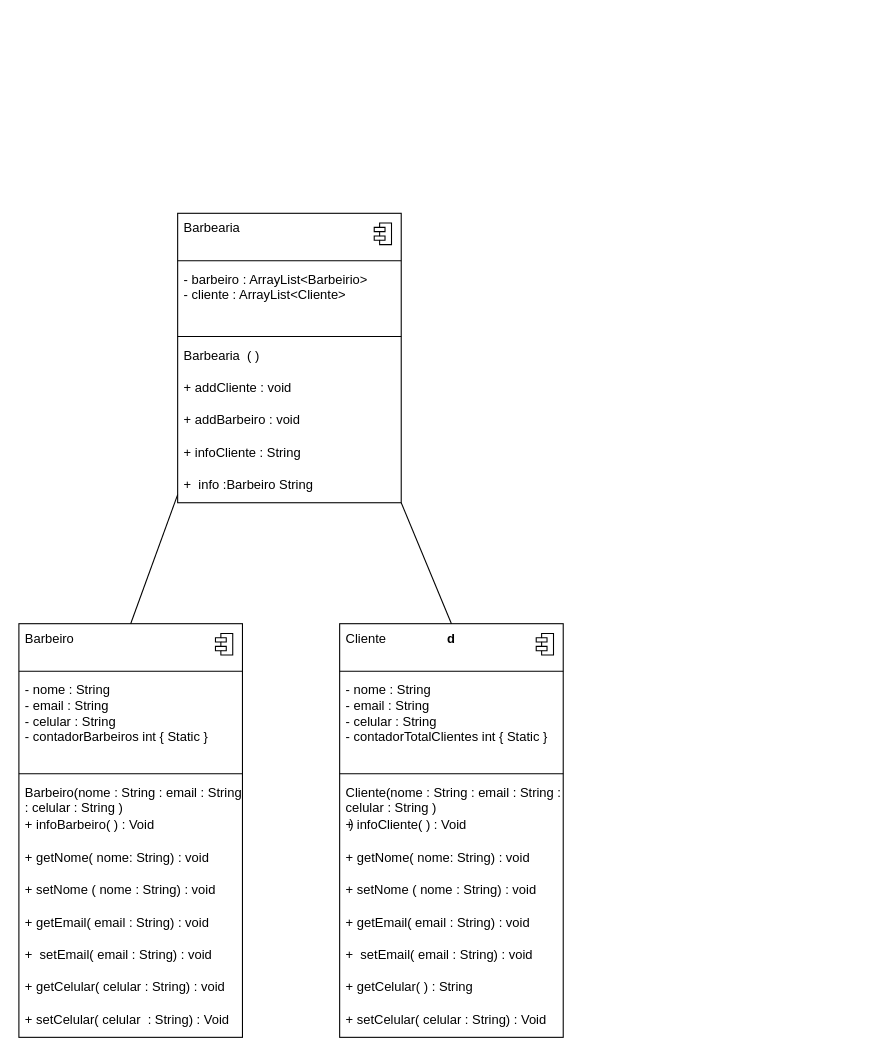
This is docs/uml/Diagrama uml Beckand Barbearia.drawio from Jonataspaesdev/sistema-barbearia-java, a draw.io file, before an edit. Source tidied: cells renumbered, new cells numbered last; positions are measured from the earlier drawing's top-left corner, leaving out a move shared by most shapes. Both pictures are drawn from the tidied source at 108%, with x=0, y=0 at pixel (18, 213).
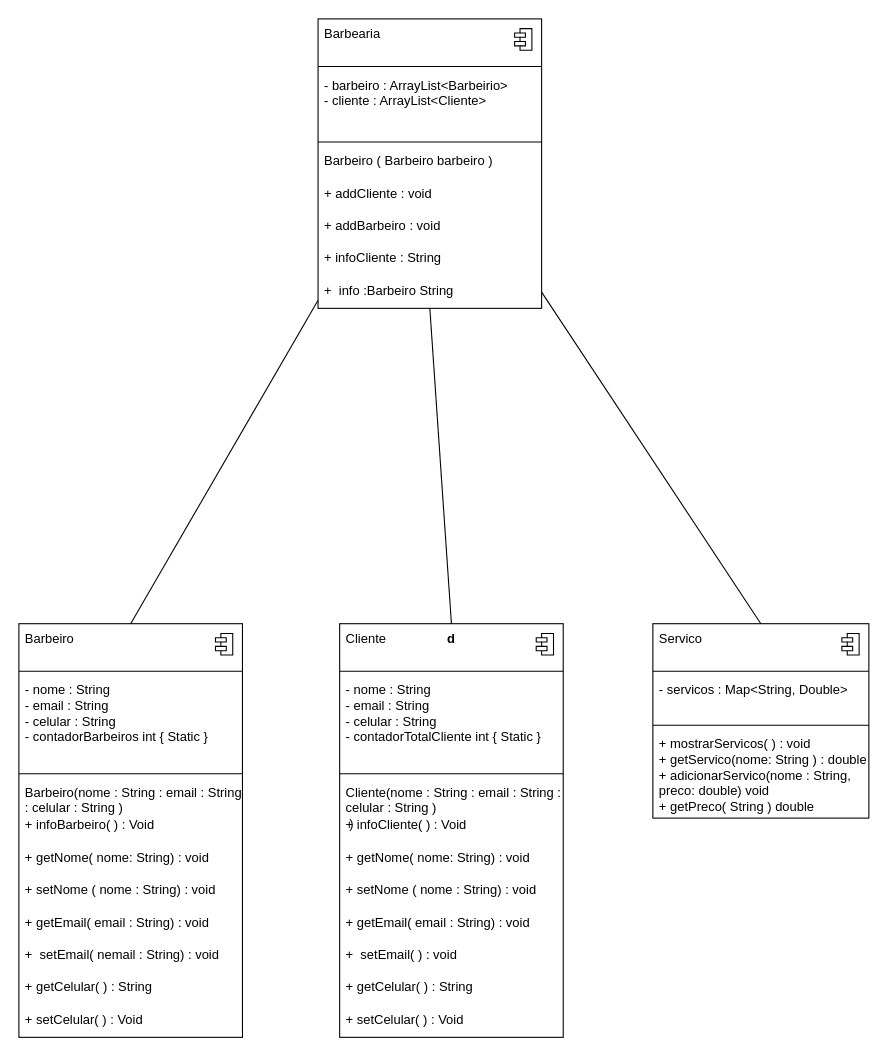
After the change.

Commit message (it also covers changes not shown here):
Incluindo classe Servico

The change refers to these unchanged cells:
```xml
<mxCell id="2" style="fontStyle=1;align=center;verticalAlign=top;horizontal=1;" parent="1" vertex="1">
  <mxGeometry y="380" width="207" height="383" as="geometry" />
</mxCell>
<mxCell id="16" value="d" style="fontStyle=1;align=center;verticalAlign=top;horizontal=1;" parent="1" vertex="1">
  <mxGeometry x="297" y="380" width="207" height="383" as="geometry" />
</mxCell>
<mxCell id="17" value="Cliente" style="html=1;align=left;spacingLeft=4;verticalAlign=top;strokeColor=none;fillColor=none;whiteSpace=wrap;" parent="16" vertex="1">
  <mxGeometry width="207" height="40" as="geometry" />
</mxCell>
<mxCell id="40" value="+&amp;nbsp; info :Barbeiro String" style="html=1;align=left;spacingLeft=4;verticalAlign=top;strokeColor=none;fillColor=none;whiteSpace=wrap;" parent="30" vertex="1">
  <mxGeometry y="238" width="207" height="30" as="geometry" />
</mxCell>
```

The edit, as a diff of the source:
```diff
@@
-    <mxCell id="13" value="+&amp;nbsp; setEmail( email : String) : void" style="html=1;align=left;spacingLeft=4;verticalAlign=top;strokeColor=none;fillColor=none;whiteSpace=wrap;" parent="2" vertex="1">
+    <mxCell id="13" value="+&amp;nbsp; setEmail( nemail : String) : void" style="html=1;align=left;spacingLeft=4;verticalAlign=top;strokeColor=none;fillColor=none;whiteSpace=wrap;" parent="2" vertex="1">
       <mxGeometry y="293" width="207" height="30" as="geometry" />
     </mxCell>
-    <mxCell id="14" value="+ getCelular( celular : String) : void&lt;div&gt;&lt;br&gt;&lt;/div&gt;" style="html=1;align=left;spacingLeft=4;verticalAlign=top;strokeColor=none;fillColor=none;whiteSpace=wrap;" parent="2" vertex="1">
+    <mxCell id="14" value="+ getCelular( ) : String" style="html=1;align=left;spacingLeft=4;verticalAlign=top;strokeColor=none;fillColor=none;whiteSpace=wrap;" parent="2" vertex="1">
       <mxGeometry y="323" width="207" height="30" as="geometry" />
     </mxCell>
-    <mxCell id="15" value="+ setCelular( celular&amp;nbsp; : String) : Void" style="html=1;align=left;spacingLeft=4;verticalAlign=top;strokeColor=none;fillColor=none;whiteSpace=wrap;" parent="2" vertex="1">
+    <mxCell id="15" value="+ setCelular( ) : Void" style="html=1;align=left;spacingLeft=4;verticalAlign=top;strokeColor=none;fillColor=none;whiteSpace=wrap;" parent="2" vertex="1">
       <mxGeometry y="353" width="207" height="30" as="geometry" />
     </mxCell>
@@
-    <mxCell id="20" value="- nome : String&lt;div&gt;- email : String&lt;/div&gt;&lt;div&gt;- celular : String&lt;/div&gt;&lt;div&gt;- contadorTotalClientes int { Static }&lt;/div&gt;" style="html=1;align=left;spacingLeft=4;verticalAlign=top;strokeColor=none;fillColor=none;whiteSpace=wrap;" parent="16" vertex="1">
+    <mxCell id="20" value="- nome : String&lt;div&gt;- email : String&lt;/div&gt;&lt;div&gt;- celular : String&lt;/div&gt;&lt;div&gt;- contadorTotalCliente int { Static }&lt;/div&gt;" style="html=1;align=left;spacingLeft=4;verticalAlign=top;strokeColor=none;fillColor=none;whiteSpace=wrap;" parent="16" vertex="1">
       <mxGeometry y="48" width="207" height="87" as="geometry" />
     </mxCell>
@@
-    <mxCell id="27" value="+&amp;nbsp; setEmail( email : String) : void" style="html=1;align=left;spacingLeft=4;verticalAlign=top;strokeColor=none;fillColor=none;whiteSpace=wrap;" parent="16" vertex="1">
+    <mxCell id="27" value="+&amp;nbsp; setEmail( ) : void" style="html=1;align=left;spacingLeft=4;verticalAlign=top;strokeColor=none;fillColor=none;whiteSpace=wrap;" parent="16" vertex="1">
       <mxGeometry y="293" width="207" height="30" as="geometry" />
     </mxCell>
@@
-    <mxCell id="29" value="+ setCelular( celular : String) : Void" style="html=1;align=left;spacingLeft=4;verticalAlign=top;strokeColor=none;fillColor=none;whiteSpace=wrap;" parent="16" vertex="1">
+    <mxCell id="29" value="+ setCelular( ) : Void" style="html=1;align=left;spacingLeft=4;verticalAlign=top;strokeColor=none;fillColor=none;whiteSpace=wrap;" parent="16" vertex="1">
       <mxGeometry y="353" width="207" height="30" as="geometry" />
     </mxCell>
     <mxCell id="30" style="fontStyle=1;align=center;verticalAlign=top;horizontal=1;" parent="1" vertex="1">
-      <mxGeometry x="147" width="207" height="268" as="geometry" />
+      <mxGeometry x="277" y="-180" width="207" height="268" as="geometry" />
     </mxCell>
@@
-    <mxCell id="36" value="Barbearia&amp;nbsp; ( )" style="html=1;align=left;spacingLeft=4;verticalAlign=top;strokeColor=none;fillColor=none;whiteSpace=wrap;" parent="30" vertex="1">
+    <mxCell id="36" value="Barbeiro ( Barbeiro barbeiro )" style="html=1;align=left;spacingLeft=4;verticalAlign=top;strokeColor=none;fillColor=none;whiteSpace=wrap;" parent="30" vertex="1">
       <mxGeometry y="118" width="207" height="30" as="geometry" />
     </mxCell>
@@
+    <mxCell id="43" style="fontStyle=1;align=center;verticalAlign=top;horizontal=1;" parent="1" vertex="1">
+      <mxGeometry x="587" y="380" width="200" height="180" as="geometry" />
+    </mxCell>
+    <mxCell id="44" value="Servico" style="html=1;align=left;spacingLeft=4;verticalAlign=top;strokeColor=none;fillColor=none;whiteSpace=wrap;" parent="43" vertex="1">
+      <mxGeometry width="200" height="40" as="geometry" />
+    </mxCell>
+    <mxCell id="45" style="shape=module;jettyWidth=10;jettyHeight=4;" parent="44" vertex="1">
+      <mxGeometry x="1" width="16" height="20" relative="1" as="geometry">
+        <mxPoint x="-25" y="9" as="offset" />
+      </mxGeometry>
+    </mxCell>
+    <mxCell id="46" style="line;strokeWidth=1;fillColor=none;align=left;verticalAlign=middle;spacingTop=-1;spacingLeft=3;spacingRight=3;labelPosition=right;" parent="43" vertex="1">
+      <mxGeometry y="40" width="200" height="8" as="geometry" />
+    </mxCell>
+    <mxCell id="47" value="- servicos : Map&amp;lt;String, Double&amp;gt;" style="html=1;align=left;spacingLeft=4;verticalAlign=top;strokeColor=none;fillColor=none;whiteSpace=wrap;" parent="43" vertex="1">
+      <mxGeometry y="48" width="200" height="42" as="geometry" />
+    </mxCell>
+    <mxCell id="48" style="line;strokeWidth=1;fillColor=none;align=left;verticalAlign=middle;spacingTop=-1;spacingLeft=3;spacingRight=3;labelPosition=right;" parent="43" vertex="1">
+      <mxGeometry y="90" width="200" height="8" as="geometry" />
+    </mxCell>
+    <mxCell id="49" value="+ mostrarServicos( ) : void&lt;br&gt;+ getServico(nome: String ) : double&lt;br&gt;+ adicionarServico(nome : String, preco: double) void&lt;span style=&quot;white-space: pre;&quot;&gt;&#9;&lt;/span&gt;&lt;div&gt;+ getPreco( String ) double&lt;/div&gt;" style="html=1;align=left;spacingLeft=4;verticalAlign=top;strokeColor=none;fillColor=none;whiteSpace=wrap;" parent="43" vertex="1">
+      <mxGeometry y="98" width="200" height="82" as="geometry" />
+    </mxCell>
+    <mxCell id="50" style="endArrow=none;html=1;rounded=0;exitX=0.5;exitY=0;exitDx=0;exitDy=0;entryX=1;entryY=0.5;entryDx=0;entryDy=0;" parent="1" edge="1" target="40">
+      <mxGeometry relative="1" as="geometry">
+        <mxPoint x="687" y="380" as="sourcePoint" />
+      </mxGeometry>
+    </mxCell>
-    <mxCell id="42" style="endArrow=none;html=1;rounded=0;exitX=0.5;exitY=0;exitDx=0;exitDy=0;entryX=1;entryY=1;entryDx=0;entryDy=0;" parent="1" edge="1" source="17" target="40">
+    <mxCell id="42" style="endArrow=none;html=1;rounded=0;exitX=0.5;exitY=0;exitDx=0;exitDy=0;entryX=0.5;entryY=1;entryDx=0;entryDy=0;" parent="1" edge="1" source="17" target="40">
       <mxGeometry relative="1" as="geometry" />
     </mxCell>
```
